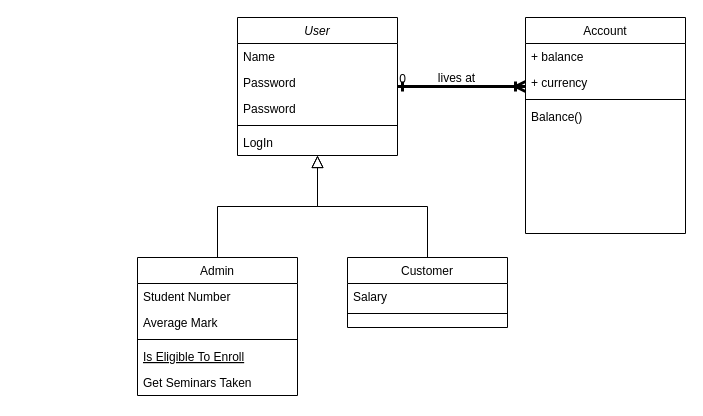
Earlier version of the draw.io diagram Classdiagram.drawio (DanielJohansson1989/Group_Project_Loop_Legends). Source tidied: cells renumbered, new cells numbered last; positions are measured from the earlier drawing's top-left corner, leaving out a move shared by most shapes. Both pictures are drawn from the tidied source at 100%, with x=0, y=0 at pixel (137, 17).
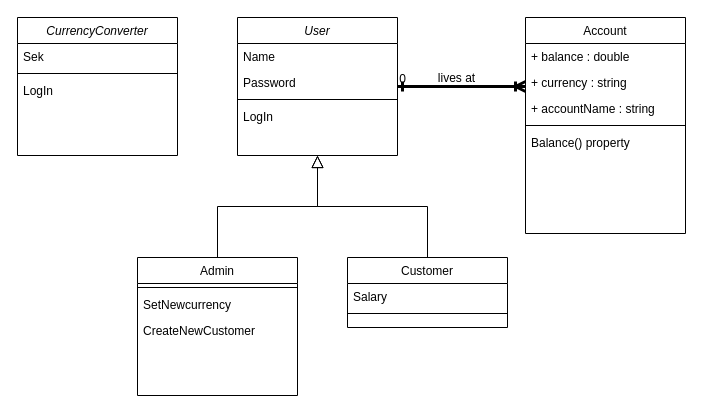
Above is the later version.

Commit message:
Added and corrected classes

Unchanged cells that the change refers to:
```xml
<mxCell id="2" value="User" style="swimlane;fontStyle=2;align=center;verticalAlign=top;horizontal=1;startSize=26;rounded=0;shadow=0;strokeWidth=1;" parent="1" vertex="1">
  <mxGeometry x="100" width="160" height="138" as="geometry" />
</mxCell>
<mxCell id="8" value="Admin" style="swimlane;fontStyle=0;align=center;verticalAlign=top;horizontal=1;startSize=26;rounded=0;shadow=0;strokeWidth=1;" parent="1" vertex="1">
  <mxGeometry y="240" width="160" height="138" as="geometry" />
</mxCell>
<mxCell id="19" value="Account" style="swimlane;fontStyle=0;align=center;verticalAlign=top;horizontal=1;startSize=26;rounded=0;shadow=0;strokeWidth=1;" parent="1" vertex="1">
  <mxGeometry x="388" width="160" height="216" as="geometry" />
</mxCell>
```

Change to the diagram source:
```diff
@@
-    <mxCell id="5" value="Password" style="text;align=left;verticalAlign=top;spacingLeft=4;spacingRight=4;overflow=hidden;" parent="2" vertex="1">
-      <mxGeometry y="78" width="160" height="26" as="geometry" />
-    </mxCell>
     <mxCell id="6" style="line;html=1;strokeWidth=1;align=left;verticalAlign=middle;spacingTop=-1;spacingLeft=3;spacingRight=3;labelPosition=right;" parent="2" vertex="1">
-      <mxGeometry y="104" width="160" height="8" as="geometry" />
+      <mxGeometry y="78" width="160" height="8" as="geometry" />
     </mxCell>
     <mxCell id="7" value="LogIn" style="text;align=left;verticalAlign=top;spacingLeft=4;spacingRight=4;overflow=hidden;" parent="2" vertex="1">
-      <mxGeometry y="112" width="160" height="26" as="geometry" />
+      <mxGeometry y="86" width="160" height="26" as="geometry" />
     </mxCell>
@@
-    <mxCell id="9" value="Student Number" style="text;align=left;verticalAlign=top;spacingLeft=4;spacingRight=4;overflow=hidden;" parent="8" vertex="1">
-      <mxGeometry y="26" width="160" height="26" as="geometry" />
-    </mxCell>
-    <mxCell id="10" value="Average Mark" style="text;align=left;verticalAlign=top;spacingLeft=4;spacingRight=4;overflow=hidden;rounded=0;shadow=0;html=0;" parent="8" vertex="1">
-      <mxGeometry y="52" width="160" height="26" as="geometry" />
-    </mxCell>
     <mxCell id="11" style="line;html=1;strokeWidth=1;align=left;verticalAlign=middle;spacingTop=-1;spacingLeft=3;spacingRight=3;labelPosition=right;" parent="8" vertex="1">
-      <mxGeometry y="78" width="160" height="8" as="geometry" />
+      <mxGeometry y="26" width="160" height="8" as="geometry" />
     </mxCell>
-    <mxCell id="12" value="Is Eligible To Enroll" style="text;align=left;verticalAlign=top;spacingLeft=4;spacingRight=4;overflow=hidden;fontStyle=4;" parent="8" vertex="1">
-      <mxGeometry y="86" width="160" height="26" as="geometry" />
+    <mxCell id="12" value="SetNewcurrency" style="text;align=left;verticalAlign=top;spacingLeft=4;spacingRight=4;overflow=hidden;fontStyle=0;" parent="8" vertex="1">
+      <mxGeometry y="34" width="160" height="26" as="geometry" />
     </mxCell>
-    <mxCell id="13" value="Get Seminars Taken" style="text;align=left;verticalAlign=top;spacingLeft=4;spacingRight=4;overflow=hidden;" parent="8" vertex="1">
-      <mxGeometry y="112" width="160" height="26" as="geometry" />
-    </mxCell>
+    <mxCell id="27" value="CreateNewCustomer" style="text;align=left;verticalAlign=top;spacingLeft=4;spacingRight=4;overflow=hidden;fontStyle=0;" parent="8" vertex="1">
+      <mxGeometry y="60" width="160" height="26" as="geometry" />
+    </mxCell>
@@
-    <mxCell id="20" value="+ balance" style="text;align=left;verticalAlign=top;spacingLeft=4;spacingRight=4;overflow=hidden;" parent="19" vertex="1">
+    <mxCell id="20" value="+ balance : double" style="text;align=left;verticalAlign=top;spacingLeft=4;spacingRight=4;overflow=hidden;" parent="19" vertex="1">
       <mxGeometry y="26" width="160" height="26" as="geometry" />
     </mxCell>
-    <mxCell id="21" value="+ currency" style="text;align=left;verticalAlign=top;spacingLeft=4;spacingRight=4;overflow=hidden;rounded=0;shadow=0;html=0;" parent="19" vertex="1">
+    <mxCell id="21" value="+ currency : string" style="text;align=left;verticalAlign=top;spacingLeft=4;spacingRight=4;overflow=hidden;rounded=0;shadow=0;html=0;" parent="19" vertex="1">
       <mxGeometry y="52" width="160" height="26" as="geometry" />
     </mxCell>
+    <mxCell id="28" value="+ accountName : string" style="text;align=left;verticalAlign=top;spacingLeft=4;spacingRight=4;overflow=hidden;rounded=0;shadow=0;html=0;" parent="19" vertex="1">
+      <mxGeometry y="78" width="160" height="26" as="geometry" />
+    </mxCell>
     <mxCell id="22" style="line;html=1;strokeWidth=1;align=left;verticalAlign=middle;spacingTop=-1;spacingLeft=3;spacingRight=3;labelPosition=right;" parent="19" vertex="1">
-      <mxGeometry y="78" width="160" height="8" as="geometry" />
+      <mxGeometry y="104" width="160" height="8" as="geometry" />
     </mxCell>
-    <mxCell id="23" value="Balance()" style="text;align=left;verticalAlign=top;spacingLeft=4;spacingRight=4;overflow=hidden;" parent="19" vertex="1">
-      <mxGeometry y="86" width="160" height="26" as="geometry" />
+    <mxCell id="23" value="Balance() property" style="text;align=left;verticalAlign=top;spacingLeft=4;spacingRight=4;overflow=hidden;" parent="19" vertex="1">
+      <mxGeometry y="112" width="160" height="26" as="geometry" />
     </mxCell>
@@
+    <mxCell id="29" value="CurrencyConverter" style="swimlane;fontStyle=2;align=center;verticalAlign=top;horizontal=1;startSize=26;rounded=0;shadow=0;strokeWidth=1;" parent="1" vertex="1">
+      <mxGeometry x="-120" width="160" height="138" as="geometry" />
+    </mxCell>
+    <mxCell id="30" value="Sek&#10;" style="text;align=left;verticalAlign=top;spacingLeft=4;spacingRight=4;overflow=hidden;" parent="29" vertex="1">
+      <mxGeometry y="26" width="160" height="26" as="geometry" />
+    </mxCell>
+    <mxCell id="31" style="line;html=1;strokeWidth=1;align=left;verticalAlign=middle;spacingTop=-1;spacingLeft=3;spacingRight=3;labelPosition=right;" parent="29" vertex="1">
+      <mxGeometry y="52" width="160" height="8" as="geometry" />
+    </mxCell>
+    <mxCell id="32" value="LogIn" style="text;align=left;verticalAlign=top;spacingLeft=4;spacingRight=4;overflow=hidden;" parent="29" vertex="1">
+      <mxGeometry y="60" width="160" height="26" as="geometry" />
+    </mxCell>
```
